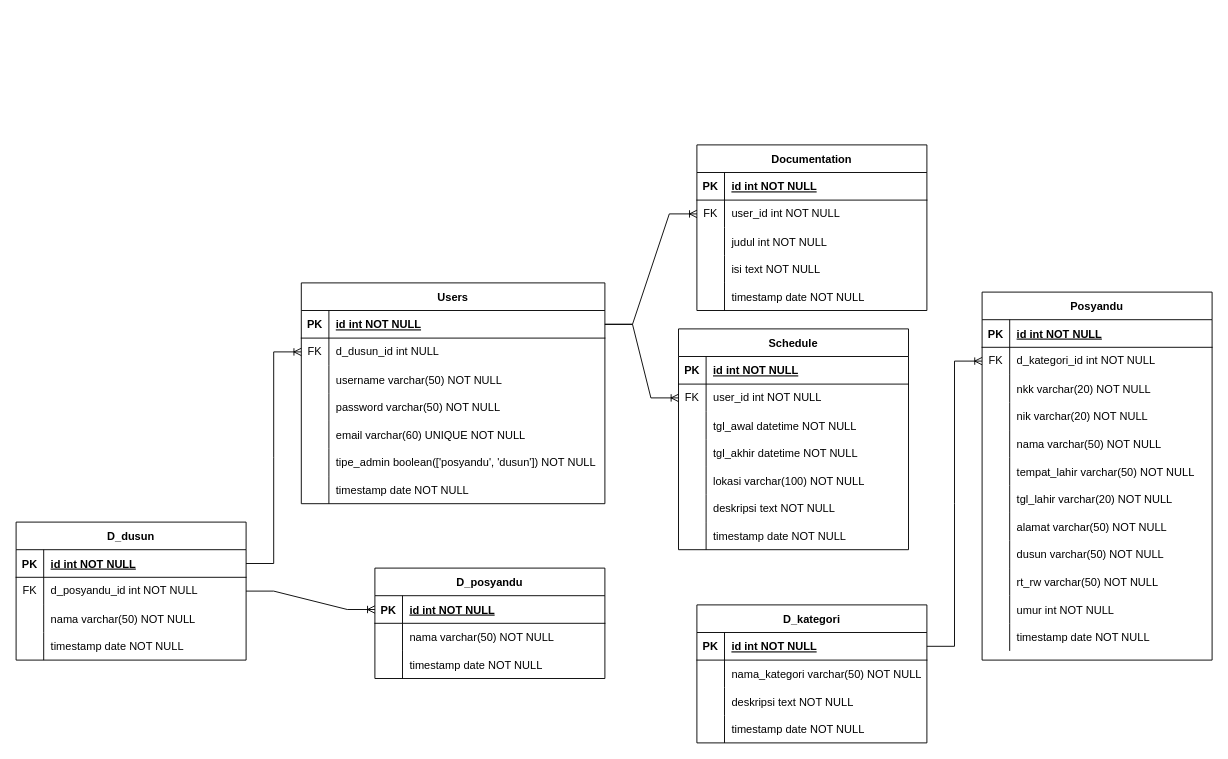
Earlier version of the draw.io diagram Perancangan/ePosyanduBanjarsari.drawio (rianfga26/Clover-Capstone-Project). Source tidied: cells renumbered, new cells numbered last; positions are measured from the earlier drawing's top-left corner, leaving out a move shared by most shapes. Both pictures are drawn from the tidied source at 92%, with x=0, y=0 at pixel (-58, 144).
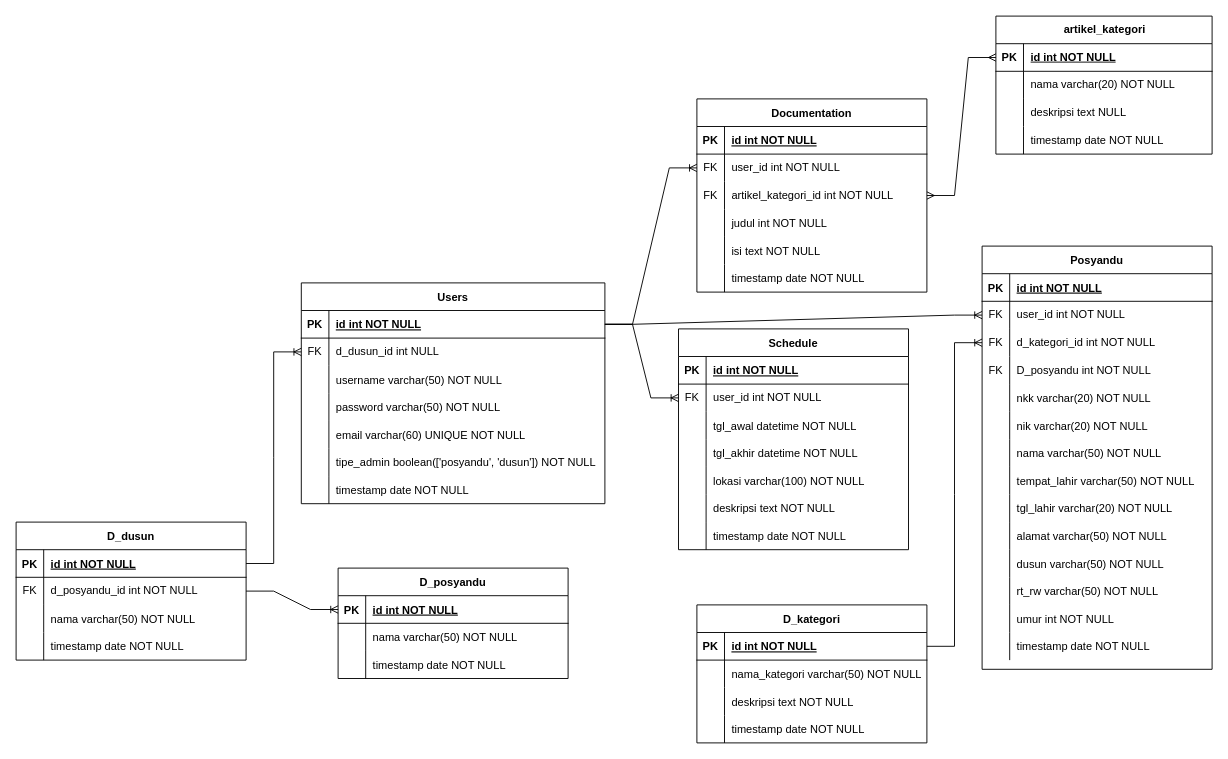
The same diagram, later.

Commit message:
revisi rancangan database

Unchanged cells that the change refers to:
```xml
<mxCell id="41" style="shape=partialRectangle;fillColor=none;points=[[0,0.5],[1,0.5]];portConstraint=eastwest;top=0;left=0;right=0;bottom=1;" parent="40" vertex="1">
  <mxGeometry y="30" width="330" height="30" as="geometry" />
</mxCell>
```

Diff of the diagram source:
```diff
@@
     <mxCell id="2" value="Documentation" style="shape=table;startSize=30;childLayout=tableLayout;rowLines=0;fontStyle=1;align=center;" parent="1" vertex="1">
-      <mxGeometry x="820" width="250" height="180" as="geometry" />
+      <mxGeometry x="820" y="-50" width="250" height="210" as="geometry" />
     </mxCell>
@@
+    <mxCell id="140" style="shape=tableRow;horizontal=0;startSize=0;swimlaneHead=0;swimlaneBody=0;fillColor=none;points=[[0,0.5],[1,0.5]];portConstraint=eastwest;top=0;left=0;right=0;bottom=0;" parent="2" vertex="1">
+      <mxGeometry y="90" width="250" height="30" as="geometry" />
+    </mxCell>
+    <mxCell id="141" value="FK" style="shape=partialRectangle;fillColor=none;top=0;left=0;bottom=0;right=0;fontStyle=0;overflow=hidden;whiteSpace=wrap;html=1;" parent="140" vertex="1">
+      <mxGeometry width="30" height="30" as="geometry" />
+    </mxCell>
+    <mxCell id="142" value="artikel_kategori_id int NOT NULL" style="shape=partialRectangle;fillColor=none;top=0;left=0;bottom=0;right=0;align=left;spacingLeft=6;fontStyle=0;overflow=hidden;whiteSpace=wrap;html=1;" parent="140" vertex="1">
+      <mxGeometry x="30" width="220" height="30" as="geometry" />
+    </mxCell>
     <mxCell id="9" style="shape=partialRectangle;fillColor=none;top=0;left=0;right=0;bottom=0;" parent="2" vertex="1">
-      <mxGeometry y="90" width="250" height="30" as="geometry" />
+      <mxGeometry y="120" width="250" height="30" as="geometry" />
     </mxCell>
@@
     <mxCell id="12" style="shape=partialRectangle;fillColor=none;top=0;left=0;right=0;bottom=0;" parent="2" vertex="1">
-      <mxGeometry y="120" width="250" height="30" as="geometry" />
+      <mxGeometry y="150" width="250" height="30" as="geometry" />
     </mxCell>
@@
     <mxCell id="15" style="shape=tableRow;horizontal=0;startSize=0;swimlaneHead=0;swimlaneBody=0;fillColor=none;top=0;left=0;right=0;bottom=0;" parent="2" vertex="1">
-      <mxGeometry y="150" width="250" height="30" as="geometry" />
+      <mxGeometry y="180" width="250" height="30" as="geometry" />
     </mxCell>
@@
     <mxCell id="62" value="Posyandu" style="shape=table;startSize=30;childLayout=tableLayout;rowLines=0;fontStyle=1;align=center;" parent="1" vertex="1">
-      <mxGeometry x="1130" y="160" width="250" height="400" as="geometry" />
+      <mxGeometry x="1130" y="110" width="250" height="460" as="geometry" />
     </mxCell>
@@
+    <mxCell id="143" style="shape=tableRow;horizontal=0;startSize=0;swimlaneHead=0;swimlaneBody=0;fillColor=none;points=[[0,0.5],[1,0.5]];portConstraint=eastwest;top=0;left=0;right=0;bottom=0;" parent="62" vertex="1">
+      <mxGeometry y="60" width="250" height="30" as="geometry" />
+    </mxCell>
+    <mxCell id="144" value="FK" style="shape=partialRectangle;fillColor=none;top=0;left=0;bottom=0;right=0;fontStyle=0;overflow=hidden;whiteSpace=wrap;html=1;" parent="143" vertex="1">
+      <mxGeometry width="30" height="30" as="geometry" />
+    </mxCell>
+    <mxCell id="145" value="user_id int NOT NULL" style="shape=partialRectangle;fillColor=none;top=0;left=0;bottom=0;right=0;align=left;spacingLeft=6;fontStyle=0;overflow=hidden;whiteSpace=wrap;html=1;" parent="143" vertex="1">
+      <mxGeometry x="30" width="220" height="30" as="geometry" />
+    </mxCell>
     <mxCell id="66" style="shape=tableRow;horizontal=0;startSize=0;swimlaneHead=0;swimlaneBody=0;fillColor=none;points=[[0,0.5],[1,0.5]];portConstraint=eastwest;top=0;left=0;right=0;bottom=0;" parent="62" vertex="1">
-      <mxGeometry y="60" width="250" height="30" as="geometry" />
+      <mxGeometry y="90" width="250" height="30" as="geometry" />
     </mxCell>
@@
+    <mxCell id="146" style="shape=tableRow;horizontal=0;startSize=0;swimlaneHead=0;swimlaneBody=0;fillColor=none;top=0;left=0;right=0;bottom=0;" parent="62" vertex="1">
+      <mxGeometry y="120" width="250" height="30" as="geometry" />
+    </mxCell>
+    <mxCell id="147" value="FK" style="shape=partialRectangle;fillColor=none;top=0;left=0;bottom=0;right=0;fontStyle=0;overflow=hidden;whiteSpace=wrap;html=1;" parent="146" vertex="1">
+      <mxGeometry width="30" height="30" as="geometry" />
+    </mxCell>
+    <mxCell id="148" value="D_posyandu int NOT NULL" style="shape=partialRectangle;fillColor=none;top=0;left=0;bottom=0;right=0;align=left;spacingLeft=6;fontStyle=0;overflow=hidden;whiteSpace=wrap;html=1;" parent="146" vertex="1">
+      <mxGeometry x="30" width="220" height="30" as="geometry" />
+    </mxCell>
     <mxCell id="69" style="shape=partialRectangle;fillColor=none;top=0;left=0;right=0;bottom=0;" parent="62" vertex="1">
-      <mxGeometry y="90" width="250" height="30" as="geometry" />
+      <mxGeometry y="150" width="250" height="30" as="geometry" />
     </mxCell>
@@
     <mxCell id="72" style="shape=tableRow;horizontal=0;startSize=0;swimlaneHead=0;swimlaneBody=0;fillColor=none;top=0;left=0;right=0;bottom=0;" parent="62" vertex="1">
-      <mxGeometry y="120" width="250" height="30" as="geometry" />
+      <mxGeometry y="180" width="250" height="30" as="geometry" />
     </mxCell>
@@
     <mxCell id="75" style="shape=tableRow;horizontal=0;startSize=0;swimlaneHead=0;swimlaneBody=0;fillColor=none;top=0;left=0;right=0;bottom=0;" parent="62" vertex="1">
-      <mxGeometry y="150" width="250" height="30" as="geometry" />
+      <mxGeometry y="210" width="250" height="30" as="geometry" />
     </mxCell>
@@
     <mxCell id="78" style="shape=tableRow;horizontal=0;startSize=0;swimlaneHead=0;swimlaneBody=0;fillColor=none;top=0;left=0;right=0;bottom=0;" parent="62" vertex="1">
-      <mxGeometry y="180" width="250" height="30" as="geometry" />
+      <mxGeometry y="240" width="250" height="30" as="geometry" />
     </mxCell>
@@
     <mxCell id="81" style="shape=tableRow;horizontal=0;startSize=0;swimlaneHead=0;swimlaneBody=0;fillColor=none;top=0;left=0;right=0;bottom=0;" parent="62" vertex="1">
-      <mxGeometry y="210" width="250" height="30" as="geometry" />
+      <mxGeometry y="270" width="250" height="30" as="geometry" />
     </mxCell>
@@
     <mxCell id="84" style="shape=tableRow;horizontal=0;startSize=0;swimlaneHead=0;swimlaneBody=0;fillColor=none;top=0;left=0;right=0;bottom=0;" parent="62" vertex="1">
-      <mxGeometry y="240" width="250" height="30" as="geometry" />
+      <mxGeometry y="300" width="250" height="30" as="geometry" />
     </mxCell>
@@
     <mxCell id="87" style="shape=partialRectangle;fillColor=none;top=0;left=0;right=0;bottom=0;" parent="62" vertex="1">
-      <mxGeometry y="270" width="250" height="30" as="geometry" />
+      <mxGeometry y="330" width="250" height="30" as="geometry" />
     </mxCell>
@@
     <mxCell id="90" style="shape=tableRow;horizontal=0;startSize=0;swimlaneHead=0;swimlaneBody=0;fillColor=none;top=0;left=0;right=0;bottom=0;" parent="62" vertex="1">
-      <mxGeometry y="300" width="250" height="30" as="geometry" />
+      <mxGeometry y="360" width="250" height="30" as="geometry" />
     </mxCell>
@@
     <mxCell id="93" style="shape=tableRow;horizontal=0;startSize=0;swimlaneHead=0;swimlaneBody=0;fillColor=none;top=0;left=0;right=0;bottom=0;" parent="62" vertex="1">
-      <mxGeometry y="330" width="250" height="30" as="geometry" />
+      <mxGeometry y="390" width="250" height="30" as="geometry" />
     </mxCell>
@@
     <mxCell id="96" style="shape=tableRow;horizontal=0;startSize=0;swimlaneHead=0;swimlaneBody=0;fillColor=none;top=0;left=0;right=0;bottom=0;" parent="62" vertex="1">
-      <mxGeometry y="360" width="250" height="30" as="geometry" />
+      <mxGeometry y="420" width="250" height="30" as="geometry" />
     </mxCell>
@@
     <mxCell id="112" value="D_posyandu" style="shape=table;startSize=30;childLayout=tableLayout;rowLines=0;fontStyle=1;align=center;" parent="1" vertex="1">
-      <mxGeometry x="470" y="460" width="250" height="120" as="geometry" />
+      <mxGeometry x="430" y="460" width="250" height="120" as="geometry" />
     </mxCell>
@@
+    <mxCell id="149" style="edgeStyle=entityRelationEdgeStyle;fontSize=12;html=1;endArrow=ERoneToMany;rounded=0;exitX=1;exitY=0.5;exitDx=0;exitDy=0;" parent="1" edge="1" source="41" target="143">
+      <mxGeometry relative="1" as="geometry" />
+    </mxCell>
+    <mxCell id="150" value="artikel_kategori" style="shape=table;startSize=30;childLayout=tableLayout;rowLines=0;fontStyle=1;align=center;html=1;" parent="1" vertex="1">
+      <mxGeometry x="1145" y="-140" width="235" height="150" as="geometry" />
+    </mxCell>
+    <mxCell id="151" style="shape=tableRow;horizontal=0;startSize=0;swimlaneHead=0;swimlaneBody=0;fillColor=none;points=[[0,0.5],[1,0.5]];portConstraint=eastwest;top=0;left=0;right=0;bottom=1;" parent="150" vertex="1">
+      <mxGeometry y="30" width="235" height="30" as="geometry" />
+    </mxCell>
+    <mxCell id="152" value="PK" style="shape=partialRectangle;fillColor=none;top=0;left=0;bottom=0;right=0;fontStyle=1;overflow=hidden;whiteSpace=wrap;html=1;" parent="151" vertex="1">
+      <mxGeometry width="30" height="30" as="geometry" />
+    </mxCell>
+    <mxCell id="153" value="id int NOT NULL" style="shape=partialRectangle;fillColor=none;top=0;left=0;bottom=0;right=0;align=left;spacingLeft=6;fontStyle=5;overflow=hidden;whiteSpace=wrap;html=1;" parent="151" vertex="1">
+      <mxGeometry x="30" width="205" height="30" as="geometry" />
+    </mxCell>
+    <mxCell id="154" style="shape=tableRow;horizontal=0;startSize=0;swimlaneHead=0;swimlaneBody=0;fillColor=none;top=0;left=0;right=0;bottom=0;" parent="150" vertex="1">
+      <mxGeometry y="60" width="235" height="30" as="geometry" />
+    </mxCell>
+    <mxCell id="155" style="shape=partialRectangle;fillColor=none;top=0;left=0;bottom=0;right=0;overflow=hidden;whiteSpace=wrap;html=1;" parent="154" vertex="1">
+      <mxGeometry width="30" height="30" as="geometry" />
+    </mxCell>
+    <mxCell id="156" value="nama varchar(20) NOT NULL" style="shape=partialRectangle;fillColor=none;top=0;left=0;bottom=0;right=0;align=left;spacingLeft=6;overflow=hidden;whiteSpace=wrap;html=1;" parent="154" vertex="1">
+      <mxGeometry x="30" width="205" height="30" as="geometry" />
+    </mxCell>
+    <mxCell id="157" style="shape=tableRow;horizontal=0;startSize=0;swimlaneHead=0;swimlaneBody=0;fillColor=none;top=0;left=0;right=0;bottom=0;" parent="150" vertex="1">
+      <mxGeometry y="90" width="235" height="30" as="geometry" />
+    </mxCell>
+    <mxCell id="158" style="shape=partialRectangle;fillColor=none;top=0;left=0;bottom=0;right=0;overflow=hidden;whiteSpace=wrap;html=1;" parent="157" vertex="1">
+      <mxGeometry width="30" height="30" as="geometry" />
+    </mxCell>
+    <mxCell id="159" value="deskripsi text NULL" style="shape=partialRectangle;fillColor=none;top=0;left=0;bottom=0;right=0;align=left;spacingLeft=6;overflow=hidden;whiteSpace=wrap;html=1;" parent="157" vertex="1">
+      <mxGeometry x="30" width="205" height="30" as="geometry" />
+    </mxCell>
+    <mxCell id="160" style="shape=tableRow;horizontal=0;startSize=0;swimlaneHead=0;swimlaneBody=0;fillColor=none;top=0;left=0;right=0;bottom=0;" parent="150" vertex="1">
+      <mxGeometry y="120" width="235" height="30" as="geometry" />
+    </mxCell>
+    <mxCell id="161" style="shape=partialRectangle;fillColor=none;top=0;left=0;bottom=0;right=0;overflow=hidden;whiteSpace=wrap;html=1;" parent="160" vertex="1">
+      <mxGeometry width="30" height="30" as="geometry" />
+    </mxCell>
+    <mxCell id="162" value="timestamp date NOT NULL" style="shape=partialRectangle;fillColor=none;top=0;left=0;bottom=0;right=0;align=left;spacingLeft=6;overflow=hidden;whiteSpace=wrap;html=1;" parent="160" vertex="1">
+      <mxGeometry x="30" width="205" height="30" as="geometry" />
+    </mxCell>
+    <mxCell id="163" style="edgeStyle=entityRelationEdgeStyle;fontSize=12;html=1;endArrow=ERmany;startArrow=ERmany;rounded=0;exitX=1;exitY=0.5;exitDx=0;exitDy=0;entryX=0;entryY=0.5;entryDx=0;entryDy=0;" parent="1" edge="1" source="140" target="151">
+      <mxGeometry relative="1" as="geometry" />
+    </mxCell>
```
